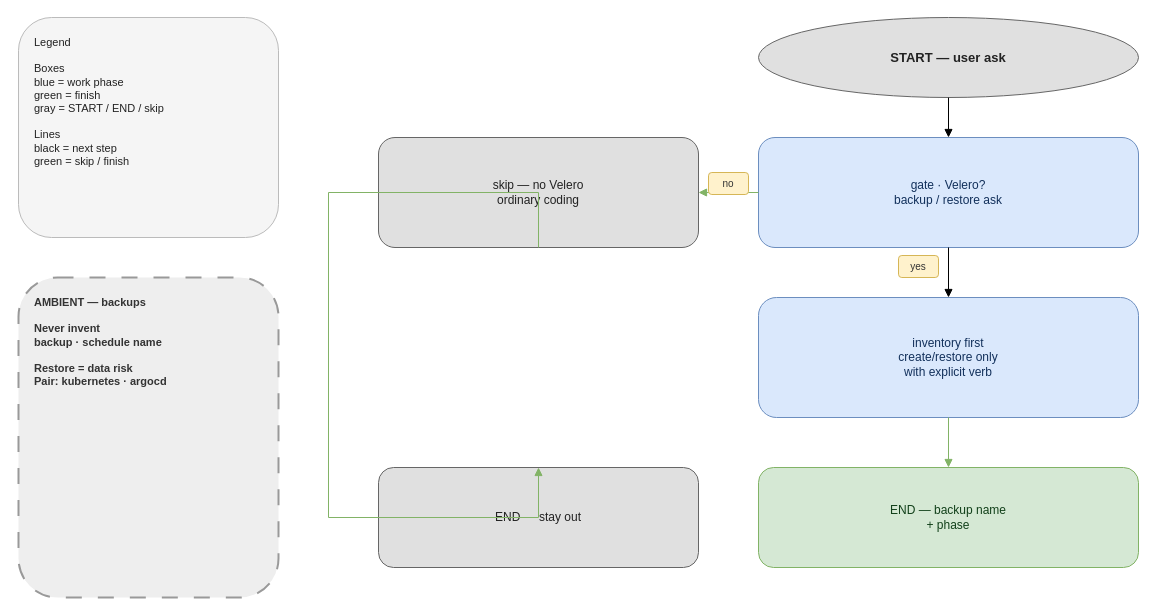
nodadyoushutup/marketplace keeps this draw.io diagram as plugins/velero/docs/velero-workflow.drawio. Above is the earlier version. Source tidied: cells renumbered, new cells numbered last; positions are measured from the earlier drawing's top-left corner, leaving out a move shared by most shapes. Both pictures are drawn from the tidied source at 100%, with x=0, y=0 at pixel (18, 17).
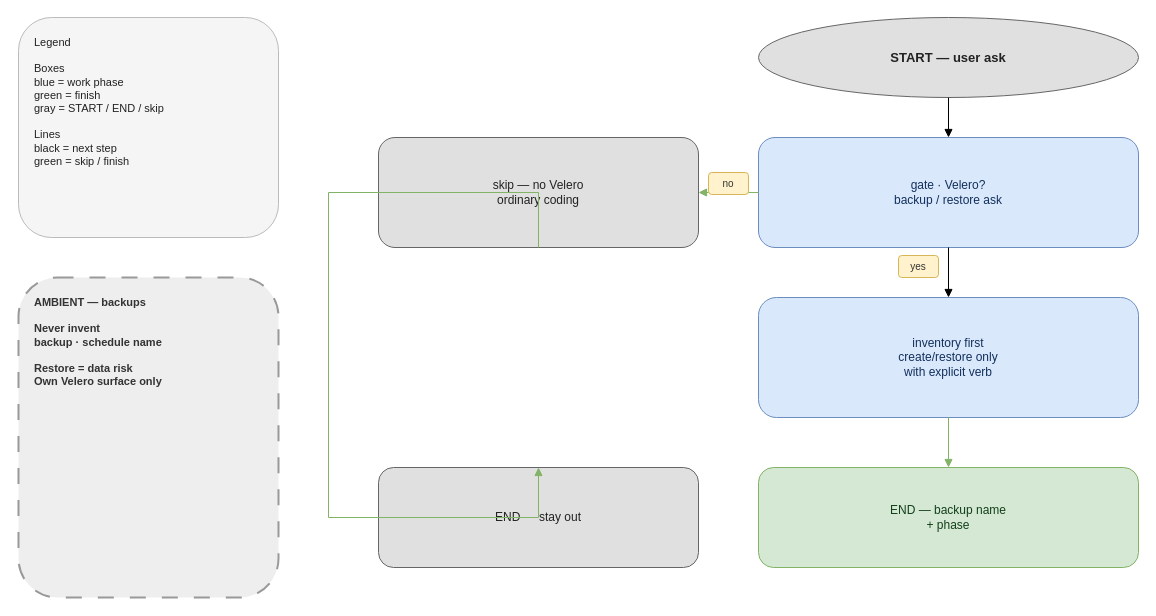
The same diagram, later.

What changed in the source:
```diff
@@
 <mxGraphModel>
   <root>
     <mxCell id="0" />
     <mxCell id="1" parent="0" />
     <mxCell id="2" value="Legend&#10;&#10;Boxes&#10;blue = work phase&#10;green = finish&#10;gray = START / END / skip&#10;&#10;Lines&#10;black = next step&#10;green = skip / finish" style="rounded=1;whiteSpace=wrap;html=1;align=left;verticalAlign=top;spacingLeft=14;spacingRight=14;spacingTop=12;spacingBottom=12;fontSize=11;fillColor=#f5f5f5;strokeColor=#bbbbbb;fontColor=#222222;" parent="1" vertex="1">
       <mxGeometry width="260" height="220" as="geometry" />
     </mxCell>
-    <mxCell id="3" value="AMBIENT — backups&#10;&#10;Never invent&#10;backup · schedule name&#10;&#10;Restore = data risk&#10;Pair: kubernetes · argocd" style="rounded=1;whiteSpace=wrap;html=1;dashed=1;dashPattern=8 8;align=left;verticalAlign=top;spacingLeft=14;spacingRight=14;spacingTop=12;spacingBottom=12;fontSize=11;fontStyle=1;fillColor=#eeeeee;strokeColor=#999999;strokeWidth=2;fontColor=#333333;" parent="1" vertex="1">
+    <mxCell id="3" value="AMBIENT — backups&#10;&#10;Never invent&#10;backup · schedule name&#10;&#10;Restore = data risk&#10;Own Velero surface only" style="rounded=1;whiteSpace=wrap;html=1;dashed=1;dashPattern=8 8;align=left;verticalAlign=top;spacingLeft=14;spacingRight=14;spacingTop=12;spacingBottom=12;fontSize=11;fontStyle=1;fillColor=#eeeeee;strokeColor=#999999;strokeWidth=2;fontColor=#333333;" parent="1" vertex="1">
       <mxGeometry y="260" width="260" height="320" as="geometry" />
     </mxCell>
     <mxCell id="4" value="START — user ask" style="ellipse;whiteSpace=wrap;html=1;align=center;verticalAlign=middle;fontSize=13;fontStyle=1;fillColor=#e0e0e0;strokeColor=#666666;fontColor=#222222;" parent="1" vertex="1">
       <mxGeometry x="740" width="380" height="80" as="geometry" />
     </mxCell>
     <mxCell id="5" value="gate · Velero?&#10;backup / restore ask" style="rounded=1;whiteSpace=wrap;html=1;align=center;verticalAlign=middle;spacingLeft=12;spacingRight=12;fontSize=12;fillColor=#dae8fc;strokeColor=#6c8ebf;fontColor=#12305B;" parent="1" vertex="1">
       <mxGeometry x="740" y="120" width="380" height="110" as="geometry" />
     </mxCell>
     <mxCell id="6" value="skip — no Velero&#10;ordinary coding" style="rounded=1;whiteSpace=wrap;html=1;align=center;verticalAlign=middle;spacingLeft=12;spacingRight=12;fontSize=12;fillColor=#e0e0e0;strokeColor=#666666;fontColor=#222222;" parent="1" vertex="1">
       <mxGeometry x="360" y="120" width="320" height="110" as="geometry" />
     </mxCell>
     <mxCell id="7" value="inventory first&#10;create/restore only&#10;with explicit verb" style="rounded=1;whiteSpace=wrap;html=1;align=center;verticalAlign=middle;spacingLeft=12;spacingRight=12;fontSize=12;fillColor=#dae8fc;strokeColor=#6c8ebf;fontColor=#12305B;" parent="1" vertex="1">
       <mxGeometry x="740" y="280" width="380" height="120" as="geometry" />
     </mxCell>
     <mxCell id="8" value="END — backup name&#10;+ phase" style="rounded=1;whiteSpace=wrap;html=1;align=center;verticalAlign=middle;spacingLeft=12;spacingRight=12;fontSize=12;fillColor=#d5e8d4;strokeColor=#82b366;fontColor=#12401A;" parent="1" vertex="1">
       <mxGeometry x="740" y="450" width="380" height="100" as="geometry" />
     </mxCell>
     <mxCell id="9" value="END — stay out" style="rounded=1;whiteSpace=wrap;html=1;align=center;verticalAlign=middle;spacingLeft=12;spacingRight=12;fontSize=12;fillColor=#e0e0e0;strokeColor=#666666;fontColor=#222222;" parent="1" vertex="1">
       <mxGeometry x="360" y="450" width="320" height="100" as="geometry" />
     </mxCell>
     <mxCell id="10" style="edgeStyle=orthogonalEdgeStyle;rounded=0;html=1;endArrow=block;jumpStyle=arc;jumpSize=10;exitX=0.5;exitY=1;entryX=0.5;entryY=0;" parent="1" edge="1" source="4" target="5">
       <mxGeometry relative="1" as="geometry" />
     </mxCell>
     <mxCell id="11" style="edgeStyle=orthogonalEdgeStyle;rounded=0;html=1;endArrow=block;jumpStyle=arc;jumpSize=10;strokeColor=#82b366;exitX=0;exitY=0.5;entryX=1;entryY=0.5;" parent="1" edge="1" source="5" target="6">
       <mxGeometry relative="1" as="geometry" />
     </mxCell>
     <mxCell id="12" value="no" style="rounded=1;whiteSpace=wrap;html=1;align=center;verticalAlign=middle;fontSize=10;fillColor=#fff2cc;strokeColor=#d6b656;fontColor=#333333;" parent="1" vertex="1">
       <mxGeometry x="690" y="155" width="40" height="22" as="geometry" />
     </mxCell>
     <mxCell id="13" style="edgeStyle=orthogonalEdgeStyle;rounded=0;html=1;endArrow=block;jumpStyle=arc;jumpSize=10;exitX=0.5;exitY=1;entryX=0.5;entryY=0;" parent="1" edge="1" source="5" target="7">
       <mxGeometry relative="1" as="geometry" />
     </mxCell>
     <mxCell id="14" value="yes" style="rounded=1;whiteSpace=wrap;html=1;align=center;verticalAlign=middle;fontSize=10;fillColor=#fff2cc;strokeColor=#d6b656;fontColor=#333333;" parent="1" vertex="1">
       <mxGeometry x="880" y="238" width="40" height="22" as="geometry" />
     </mxCell>
     <mxCell id="15" style="edgeStyle=orthogonalEdgeStyle;rounded=0;html=1;endArrow=block;jumpStyle=arc;jumpSize=10;strokeColor=#82b366;exitX=0.5;exitY=1;entryX=0.5;entryY=0;" parent="1" edge="1" source="7" target="8">
       <mxGeometry relative="1" as="geometry" />
     </mxCell>
     <mxCell id="16" style="edgeStyle=orthogonalEdgeStyle;rounded=0;html=1;endArrow=block;jumpStyle=arc;jumpSize=10;strokeColor=#82b366;exitX=0.5;exitY=1;entryX=0.5;entryY=0;" parent="1" edge="1" source="6" target="9">
       <mxGeometry relative="1" as="geometry">
         <Array as="points">
           <mxPoint x="310" y="175" />
           <mxPoint x="310" y="500" />
         </Array>
       </mxGeometry>
     </mxCell>
   </root>
 </mxGraphModel>
```
